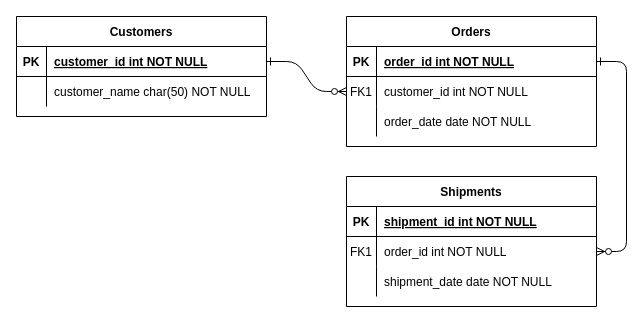
This is Untitled Diagram.drawio from zhang4838223/work, a draw.io file, before an edit. Source tidied: cells renumbered, new cells numbered last; positions are measured from the earlier drawing's top-left corner, leaving out a move shared by most shapes. Both pictures are drawn from the tidied source at 100%, with x=0, y=0 at pixel (16, 16).
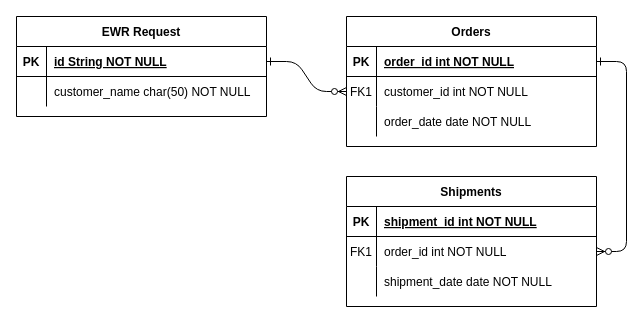
Above is the later version.

Commit message:
EWR Entity Relation

Unchanged cells that the change refers to:
```xml
<mxCell id="25" style="shape=partialRectangle;fillColor=none;points=[[0,0.5],[1,0.5]];portConstraint=eastwest;top=0;left=0;right=0;bottom=1;" parent="24" vertex="1">
  <mxGeometry y="30" width="250" height="30" as="geometry" />
</mxCell>
```

Diff of the diagram source:
```diff
@@
-    <mxCell id="24" value="Customers" style="shape=table;startSize=30;childLayout=tableLayout;rowLines=0;fontStyle=1;align=center;" parent="1" vertex="1">
+    <mxCell id="24" value="EWR Request" style="shape=table;startSize=30;childLayout=tableLayout;rowLines=0;fontStyle=1;align=center;" parent="1" vertex="1">
       <mxGeometry width="250" height="100" as="geometry" />
     </mxCell>
@@
-    <mxCell id="27" value="customer_id int NOT NULL " style="shape=partialRectangle;overflow=hidden;fillColor=none;top=0;left=0;bottom=0;right=0;align=left;spacingLeft=6;fontStyle=5;" parent="25" vertex="1">
+    <mxCell id="27" value="id String NOT NULL " style="shape=partialRectangle;overflow=hidden;fillColor=none;top=0;left=0;bottom=0;right=0;align=left;spacingLeft=6;fontStyle=5;" parent="25" vertex="1">
       <mxGeometry x="30" width="220" height="30" as="geometry" />
     </mxCell>
```
